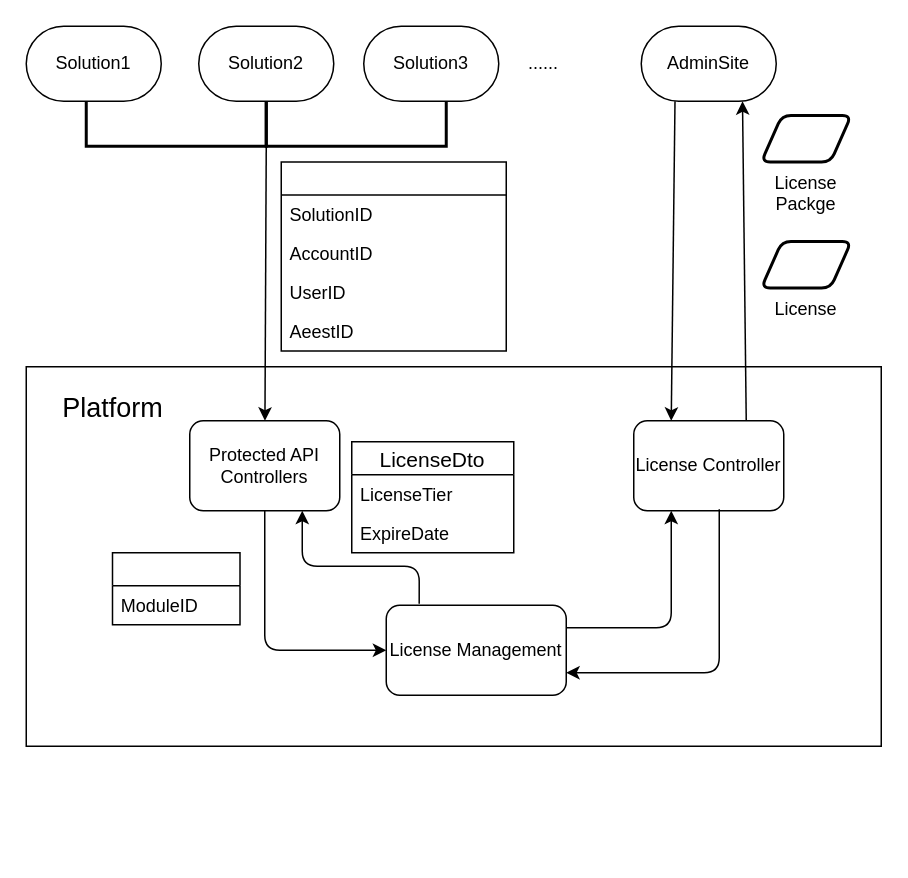
Before: page "Data Flow Chart" (2 of 3) of SFx License Management Tech Design.drawio in xiaowei90113/Design, a draw.io diagram. Source tidied: cells renumbered, new cells numbered last; positions are measured from the earlier drawing's top-left corner, leaving out a move shared by most shapes. Both pictures are drawn from the tidied source at 150%, with x=0, y=0 at pixel (26, 26).
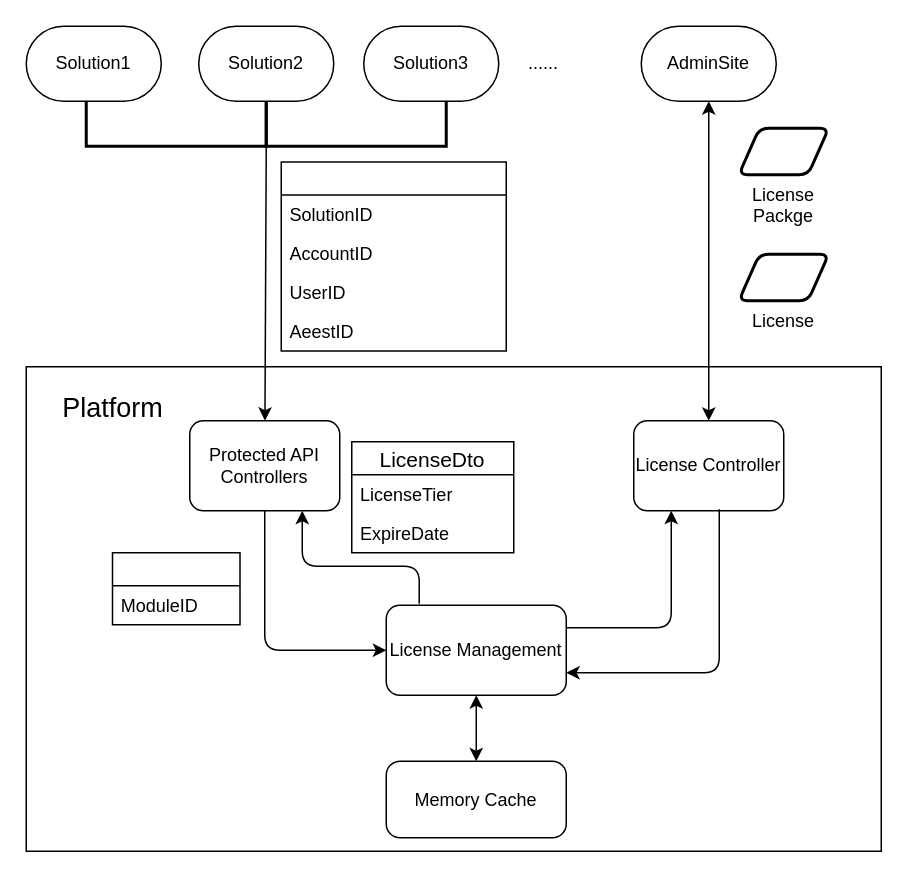
The same diagram, later.

The change refers to these unchanged cells:
```xml
<mxCell id="5" value="AdminSite" style="rounded=1;whiteSpace=wrap;html=1;arcSize=50;" parent="1" vertex="1">
  <mxGeometry x="410" width="90" height="50" as="geometry" />
</mxCell>
<mxCell id="9" value="License Controller" style="rounded=1;whiteSpace=wrap;html=1;" parent="1" vertex="1">
  <mxGeometry x="405" y="263" width="100" height="60" as="geometry" />
</mxCell>
<mxCell id="10" value="License Management" style="rounded=1;whiteSpace=wrap;html=1;" parent="1" vertex="1">
  <mxGeometry x="240" y="386" width="120" height="60" as="geometry" />
</mxCell>
```

Change to the diagram source:
```diff
@@
     <mxCell id="6" style="rounded=0;whiteSpace=wrap;html=1;" parent="1" vertex="1">
-      <mxGeometry y="227" width="570" height="253" as="geometry" />
+      <mxGeometry y="227" width="570" height="323" as="geometry" />
     </mxCell>
@@
-    <mxCell id="26" style="endArrow=classic;html=1;exitX=0.25;exitY=1;exitDx=0;exitDy=0;entryX=0.25;entryY=0;entryDx=0;entryDy=0;" parent="1" edge="1" source="5" target="9">
-      <mxGeometry relative="1" as="geometry" />
-    </mxCell>
-    <mxCell id="27" style="endArrow=classic;html=1;exitX=0.75;exitY=0;exitDx=0;exitDy=0;entryX=0.75;entryY=1;entryDx=0;entryDy=0;" parent="1" edge="1" source="9" target="5">
-      <mxGeometry relative="1" as="geometry" />
-    </mxCell>
     <mxCell id="28" value="License Packge" style="verticalLabelPosition=bottom;verticalAlign=top;html=1;strokeWidth=2;shape=parallelogram;perimeter=parallelogramPerimeter;whiteSpace=wrap;rounded=1;arcSize=12;size=0.23;" parent="1" vertex="1">
-      <mxGeometry x="490" y="59.5" width="60" height="31" as="geometry" />
+      <mxGeometry x="475" y="68" width="60" height="31" as="geometry" />
     </mxCell>
     <mxCell id="29" value="License" style="verticalLabelPosition=bottom;verticalAlign=top;html=1;strokeWidth=2;shape=parallelogram;perimeter=parallelogramPerimeter;whiteSpace=wrap;rounded=1;arcSize=12;size=0.23;" parent="1" vertex="1">
-      <mxGeometry x="490" y="143.5" width="60" height="31" as="geometry" />
+      <mxGeometry x="475" y="152" width="60" height="31" as="geometry" />
     </mxCell>
@@
+    <mxCell id="33" value="Memory Cache" style="rounded=1;whiteSpace=wrap;html=1;arcSize=18;" parent="1" vertex="1">
+      <mxGeometry x="240" y="490" width="120" height="51" as="geometry" />
+    </mxCell>
+    <mxCell id="34" style="endArrow=classic;startArrow=classic;html=1;entryX=0.5;entryY=1;entryDx=0;entryDy=0;" parent="1" edge="1" source="33" target="10">
+      <mxGeometry relative="1" as="geometry" />
+    </mxCell>
+    <mxCell id="27" style="endArrow=classic;startArrow=classic;html=1;entryX=0.5;entryY=1;entryDx=0;entryDy=0;exitX=0.5;exitY=0;exitDx=0;exitDy=0;" parent="1" edge="1" source="9" target="5">
+      <mxGeometry relative="1" as="geometry" />
+    </mxCell>
```
